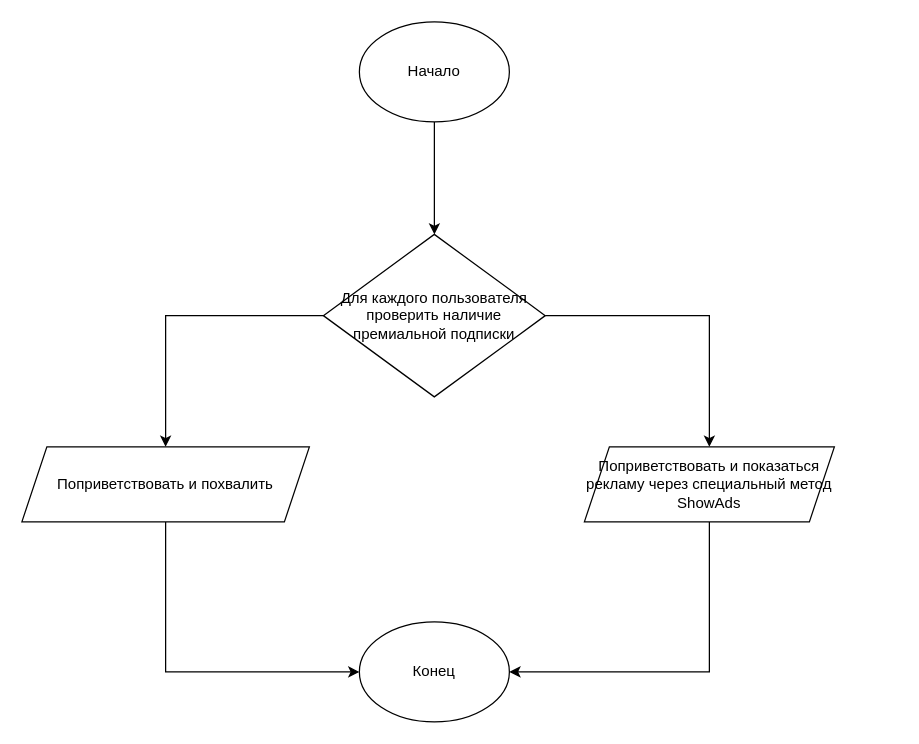
This is SFModule12.drawio from yowazup/SFModule12, a draw.io file, before an edit. Source tidied: cells renumbered, new cells numbered last; positions are measured from the earlier drawing's top-left corner, leaving out a move shared by most shapes. Both pictures are drawn from the tidied source at 125%, with x=0, y=0 at pixel (21, 21).
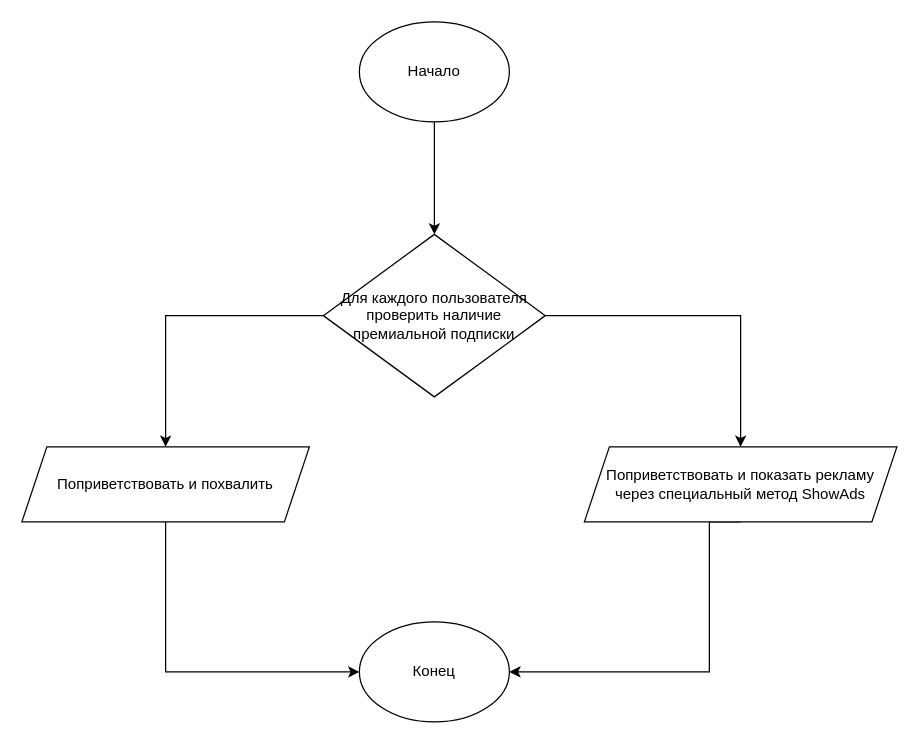
After the change.

Commit message:
поправил опечатку в блок-схеме

The edit, as a diff of the source:
```diff
@@
 <mxGraphModel>
   <root>
     <mxCell id="0" />
     <mxCell id="1" parent="0" />
     <mxCell id="2" style="edgeStyle=orthogonalEdgeStyle;rounded=0;jettySize=auto;html=1;" parent="1" edge="1" source="3" target="6">
       <mxGeometry relative="1" as="geometry" />
     </mxCell>
     <mxCell id="3" value="Начало" style="ellipse;whiteSpace=wrap;html=1;" parent="1" vertex="1">
       <mxGeometry x="270" width="120" height="80" as="geometry" />
     </mxCell>
     <mxCell id="4" style="edgeStyle=orthogonalEdgeStyle;rounded=0;jettySize=auto;html=1;" parent="1" edge="1" source="6" target="9">
       <mxGeometry relative="1" as="geometry" />
     </mxCell>
     <mxCell id="5" style="edgeStyle=orthogonalEdgeStyle;rounded=0;jettySize=auto;html=1;" parent="1" edge="1" source="6" target="11">
       <mxGeometry relative="1" as="geometry" />
     </mxCell>
     <mxCell id="6" value="Для каждого пользователя проверить наличие премиальной подписки" style="rhombus;whiteSpace=wrap;html=1;" parent="1" vertex="1">
       <mxGeometry x="241.2" y="170" width="177.5" height="130" as="geometry" />
     </mxCell>
     <mxCell id="7" value="Конец" style="ellipse;whiteSpace=wrap;html=1;" parent="1" vertex="1">
       <mxGeometry x="270" y="480" width="120" height="80" as="geometry" />
     </mxCell>
     <mxCell id="8" style="edgeStyle=orthogonalEdgeStyle;rounded=0;jettySize=auto;html=1;exitX=0.5;exitY=1;exitDx=0;exitDy=0;" parent="1" edge="1" source="9" target="7">
       <mxGeometry relative="1" as="geometry">
         <Array as="points">
           <mxPoint x="550" y="520" />
         </Array>
       </mxGeometry>
     </mxCell>
-    <mxCell id="9" value="Поприветствовать и показаться рекламу через специальный метод ShowAds" style="shape=parallelogram;perimeter=parallelogramPerimeter;whiteSpace=wrap;html=1;fixedSize=1;" parent="1" vertex="1">
-      <mxGeometry x="450" y="340" width="200" height="60" as="geometry" />
+    <mxCell id="9" value="Поприветствовать и показать рекламу через специальный метод ShowAds" style="shape=parallelogram;perimeter=parallelogramPerimeter;whiteSpace=wrap;html=1;fixedSize=1;" parent="1" vertex="1">
+      <mxGeometry x="450" y="340" width="250" height="60" as="geometry" />
     </mxCell>
     <mxCell id="10" style="edgeStyle=orthogonalEdgeStyle;rounded=0;jettySize=auto;html=1;exitX=0.5;exitY=1;exitDx=0;exitDy=0;entryX=0;entryY=0.5;entryDx=0;entryDy=0;" parent="1" edge="1" source="11" target="7">
       <mxGeometry relative="1" as="geometry" />
     </mxCell>
     <mxCell id="11" value="Поприветствовать и похвалить" style="shape=parallelogram;perimeter=parallelogramPerimeter;whiteSpace=wrap;html=1;fixedSize=1;" parent="1" vertex="1">
       <mxGeometry y="340" width="230" height="60" as="geometry" />
     </mxCell>
   </root>
 </mxGraphModel>
```
